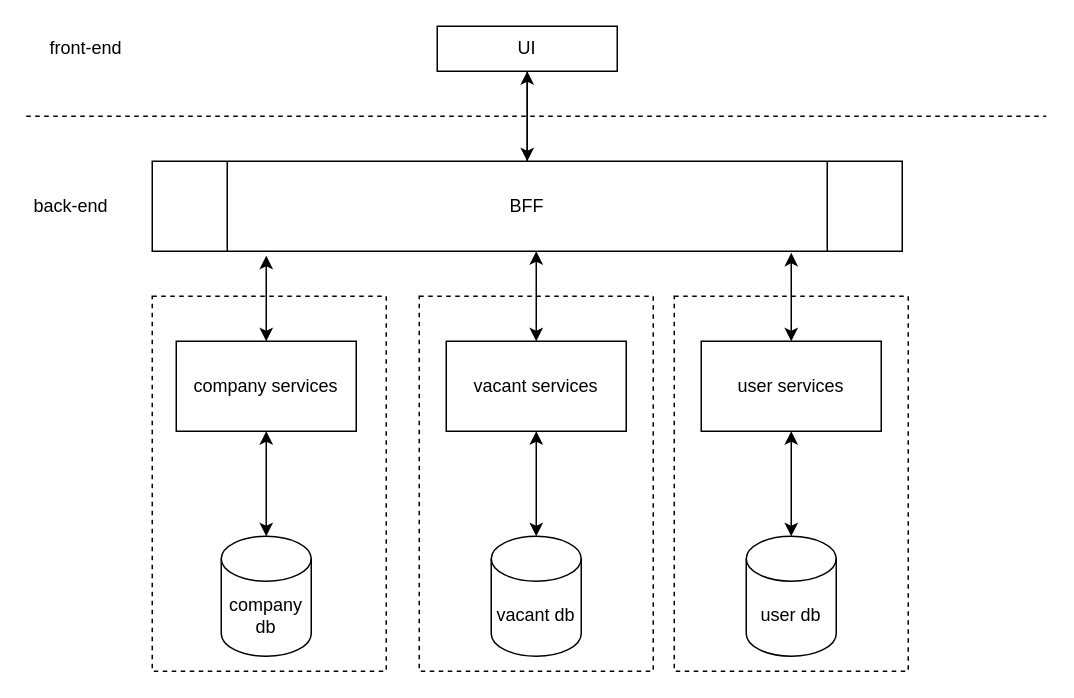
The draw.io diagram stock-questions.drawio in conqueror23/predictHire, before the edit. Source tidied: cells renumbered, new cells numbered last; positions are measured from the earlier drawing's top-left corner, leaving out a move shared by most shapes. Both pictures are drawn from the tidied source at 150%, with x=0, y=0 at pixel (26, 26).
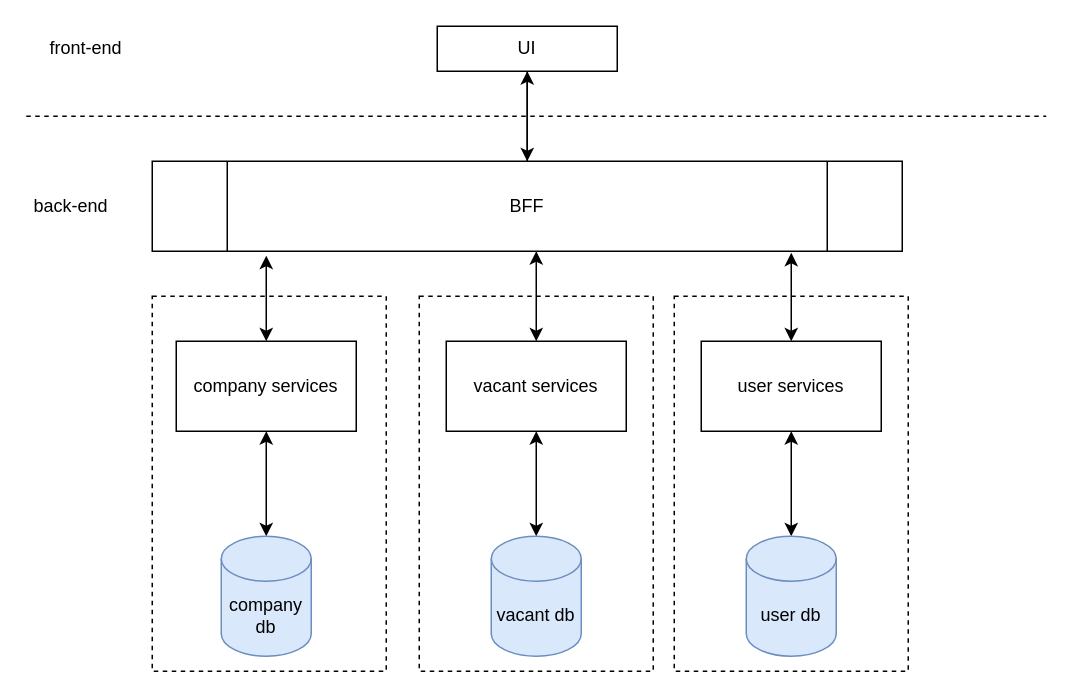
The same diagram, later.

Commit message (it also covers changes not shown here):
update-diagrams-add-nginx-docker-config

Diff of the diagram source:
```diff
@@
-    <mxCell id="20" value="user db" style="shape=cylinder3;whiteSpace=wrap;html=1;boundedLbl=1;backgroundOutline=1;size=15;" parent="1" vertex="1">
+    <mxCell id="20" value="user db" style="shape=cylinder3;whiteSpace=wrap;html=1;boundedLbl=1;backgroundOutline=1;size=15;fillColor=#dae8fc;strokeColor=#6c8ebf;" parent="1" vertex="1">
       <mxGeometry x="480" y="340" width="60" height="80" as="geometry" />
     </mxCell>
-    <mxCell id="21" value="vacant db" style="shape=cylinder3;whiteSpace=wrap;html=1;boundedLbl=1;backgroundOutline=1;size=15;" parent="1" vertex="1">
+    <mxCell id="21" value="vacant db" style="shape=cylinder3;whiteSpace=wrap;html=1;boundedLbl=1;backgroundOutline=1;size=15;fillColor=#dae8fc;strokeColor=#6c8ebf;" parent="1" vertex="1">
       <mxGeometry x="310" y="340" width="60" height="80" as="geometry" />
     </mxCell>
-    <mxCell id="22" value="company db" style="shape=cylinder3;whiteSpace=wrap;html=1;boundedLbl=1;backgroundOutline=1;size=15;" parent="1" vertex="1">
+    <mxCell id="22" value="company db" style="shape=cylinder3;whiteSpace=wrap;html=1;boundedLbl=1;backgroundOutline=1;size=15;fillColor=#dae8fc;strokeColor=#6c8ebf;" parent="1" vertex="1">
       <mxGeometry x="130" y="340" width="60" height="80" as="geometry" />
     </mxCell>
```
